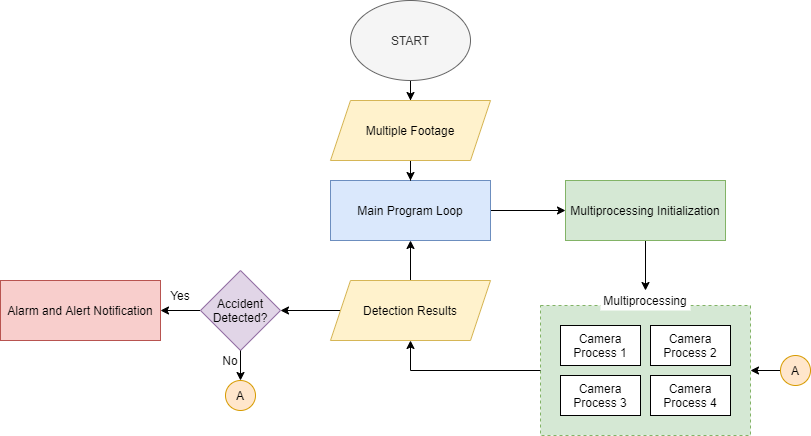
Earlier version of the draw.io export DrawIO/chapt 5 flowchart.png (russellcaragay/PD-Files). Source tidied: cells renumbered, new cells last; positions are measured from the earlier drawing's top-left corner, leaving out a move shared by most shapes.
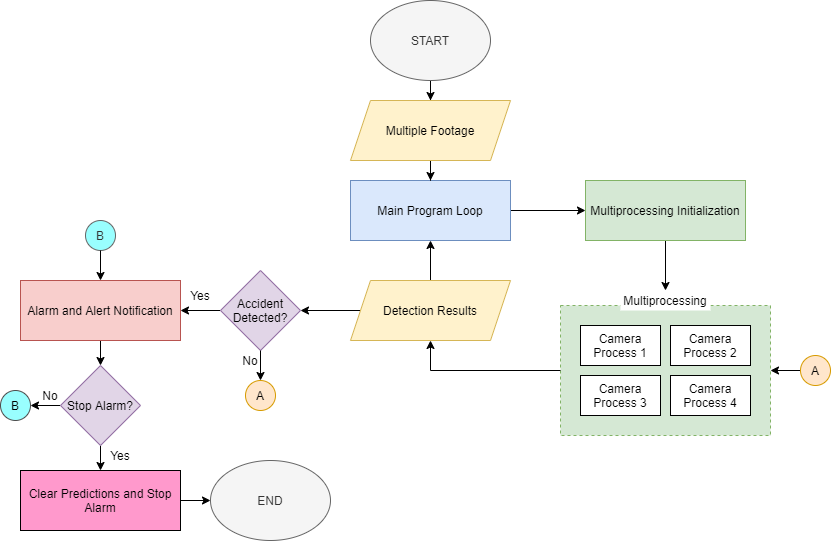
Above is the later version.

What changed in the source:
```diff
@@ -57,6 +57,9 @@
     <mxCell id="18" value="Accident Detected?" style="rhombus;whiteSpace=wrap;html=1;fillColor=#e1d5e7;strokeColor=#9673a6;" parent="1" vertex="1">
       <mxGeometry x="200" y="270" width="80" height="80" as="geometry" />
     </mxCell>
+    <mxCell id="29" style="edgeStyle=orthogonalEdgeStyle;rounded=0;jettySize=auto;html=1;" parent="1" edge="1" source="19" target="32">
+      <mxGeometry relative="1" as="geometry" />
+    </mxCell>
     <mxCell id="19" value="Alarm and Alert Notification" style="rounded=0;whiteSpace=wrap;html=1;fillColor=#f8cecc;strokeColor=#b85450;" parent="1" vertex="1">
       <mxGeometry y="280" width="160" height="60" as="geometry" />
     </mxCell>
@@ -92,5 +95,38 @@
     <mxCell id="28" value="Detection Results" style="shape=parallelogram;perimeter=parallelogramPerimeter;whiteSpace=wrap;html=1;fixedSize=1;fillColor=#fff2cc;strokeColor=#d6b656;" parent="1" vertex="1">
       <mxGeometry x="330" y="280" width="160" height="60" as="geometry" />
     </mxCell>
+    <mxCell id="30" style="edgeStyle=orthogonalEdgeStyle;rounded=0;jettySize=auto;html=1;" parent="1" edge="1" source="32" target="33">
+      <mxGeometry relative="1" as="geometry" />
+    </mxCell>
+    <mxCell id="31" style="edgeStyle=orthogonalEdgeStyle;rounded=0;jettySize=auto;html=1;" parent="1" edge="1" source="32" target="39">
+      <mxGeometry relative="1" as="geometry" />
+    </mxCell>
+    <mxCell id="32" value="Stop Alarm?" style="rhombus;whiteSpace=wrap;html=1;fillColor=#e1d5e7;strokeColor=#9673a6;" parent="1" vertex="1">
+      <mxGeometry x="40" y="365" width="80" height="80" as="geometry" />
+    </mxCell>
+    <mxCell id="33" value="B" style="ellipse;whiteSpace=wrap;html=1;fillColor=#99FFFF;strokeColor=#4D4D4D;" parent="1" vertex="1">
+      <mxGeometry x="-20" y="390" width="30" height="30" as="geometry" />
+    </mxCell>
+    <mxCell id="34" value="B" style="ellipse;whiteSpace=wrap;html=1;strokeColor=#666666;fontColor=#333333;fillColor=#99FFFF;" parent="1" vertex="1">
+      <mxGeometry x="65" y="220" width="30" height="30" as="geometry" />
+    </mxCell>
+    <mxCell id="35" style="endArrow=classic;html=1;entryX=0.5;entryY=0;entryDx=0;entryDy=0;exitX=0.5;exitY=1;exitDx=0;exitDy=0;" parent="1" edge="1" source="34" target="19">
+      <mxGeometry relative="1" as="geometry" />
+    </mxCell>
+    <mxCell id="36" value="Yes" style="text;html=1;strokeColor=none;fillColor=none;align=center;verticalAlign=middle;whiteSpace=wrap;rounded=0;" parent="1" vertex="1">
+      <mxGeometry x="80" y="445" width="40" height="20" as="geometry" />
+    </mxCell>
+    <mxCell id="37" value="No" style="text;html=1;strokeColor=none;fillColor=none;align=center;verticalAlign=middle;whiteSpace=wrap;rounded=0;" parent="1" vertex="1">
+      <mxGeometry x="10" y="385" width="40" height="20" as="geometry" />
+    </mxCell>
+    <mxCell id="38" style="edgeStyle=orthogonalEdgeStyle;rounded=0;jettySize=auto;html=1;" parent="1" edge="1" source="39" target="40">
+      <mxGeometry relative="1" as="geometry" />
+    </mxCell>
+    <mxCell id="39" value="Clear Predictions and Stop Alarm" style="rounded=0;whiteSpace=wrap;html=1;fillColor=#FF99CC;" parent="1" vertex="1">
+      <mxGeometry y="470" width="160" height="60" as="geometry" />
+    </mxCell>
+    <mxCell id="40" value="END" style="ellipse;whiteSpace=wrap;html=1;fillColor=#f5f5f5;strokeColor=#666666;fontColor=#333333;" parent="1" vertex="1">
+      <mxGeometry x="190" y="460" width="120" height="80" as="geometry" />
+    </mxCell>
   </root>
 </mxGraphModel>
```
